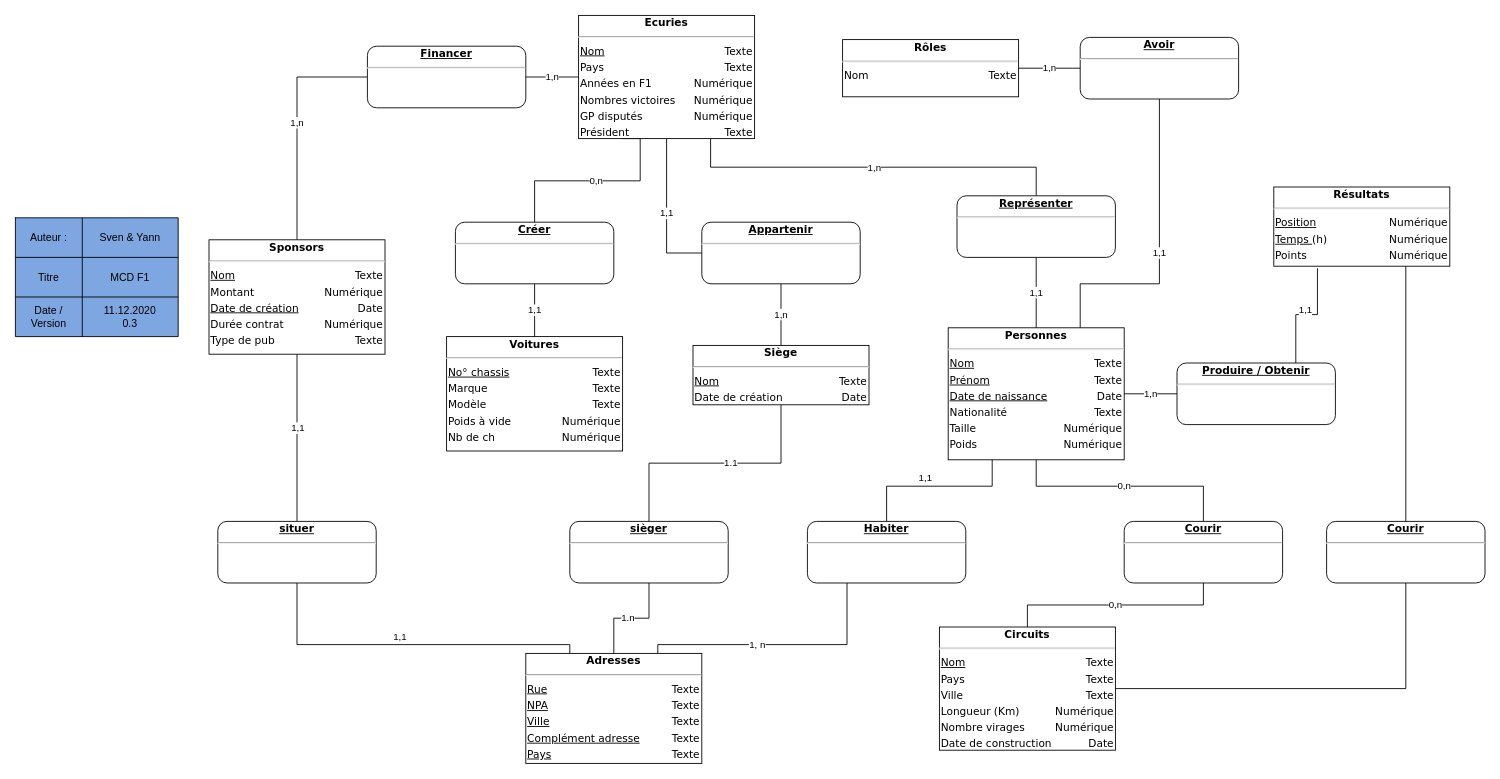
Above: MCD/MCDF1_v0.3.drawio in YFanha/MA-08-Mod-le-F1 (draw.io), before the change. Source tidied: cells renumbered, new cells numbered last; positions are measured from the earlier drawing's top-left corner, leaving out a move shared by most shapes. Both pictures are drawn from the tidied source at 88%, with x=0, y=0 at pixel (15, 15).
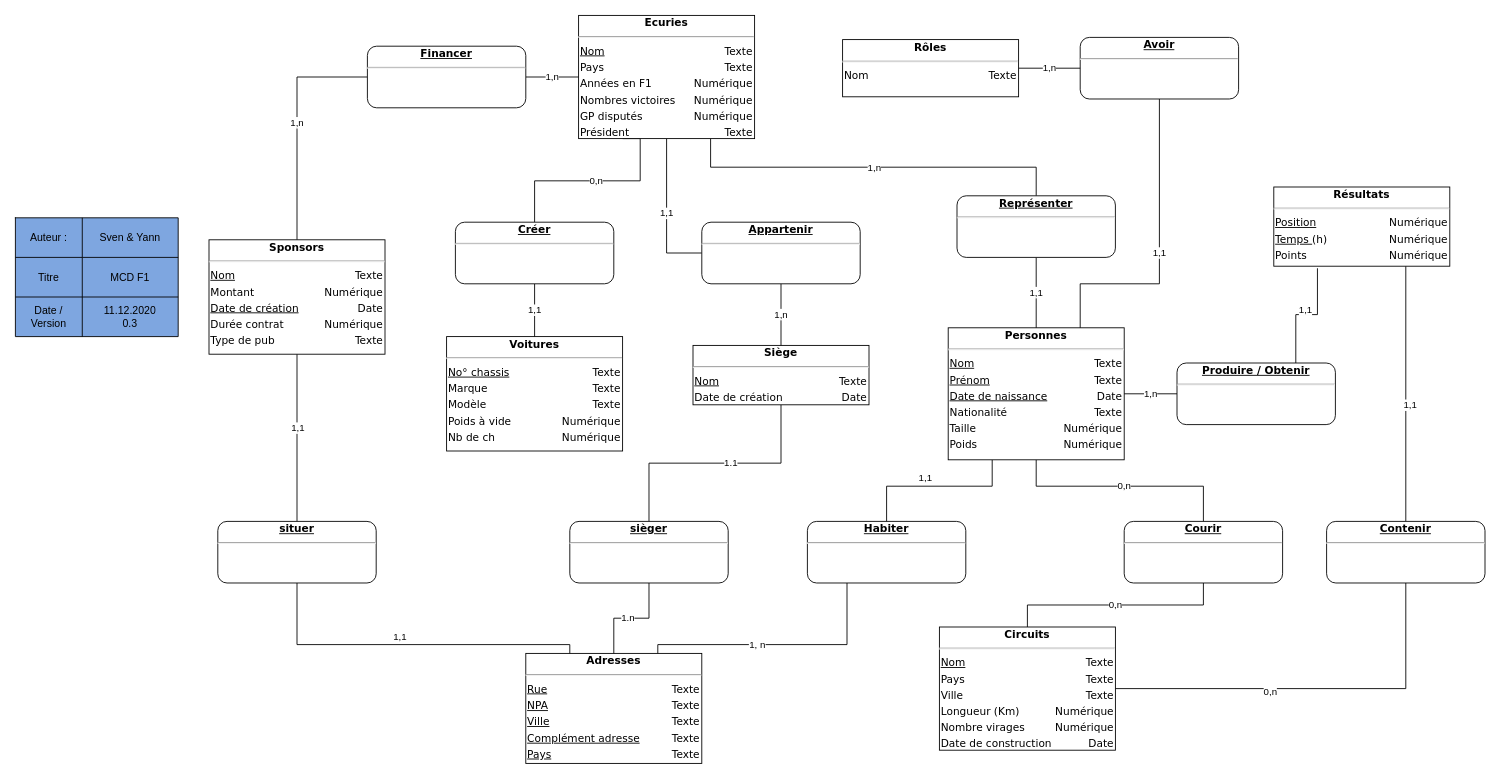
After the change.

Unchanged cells that the change refers to:
```xml
<mxCell id="18" style="edgeStyle=orthogonalEdgeStyle;rounded=0;jettySize=auto;html=1;exitX=0.75;exitY=1;exitDx=0;exitDy=0;entryX=0.5;entryY=0;entryDx=0;entryDy=0;endArrow=none;endFill=0;" parent="1" edge="1" source="19" target="59">
  <mxGeometry relative="1" as="geometry">
    <Array as="points">
      <mxPoint x="1580" y="285" />
    </Array>
  </mxGeometry>
</mxCell>
<mxCell id="58" style="edgeStyle=orthogonalEdgeStyle;rounded=0;jettySize=auto;html=1;exitX=0.5;exitY=1;exitDx=0;exitDy=0;entryX=1;entryY=0.5;entryDx=0;entryDy=0;endArrow=none;endFill=0;" parent="1" edge="1" source="59" target="20">
  <mxGeometry relative="1" as="geometry" />
</mxCell>
```

What changed in the source:
```diff
@@
+    <mxCell id="60" value="1,1" style="edgeLabel;html=1;align=center;verticalAlign=middle;" parent="18" vertex="1">
+      <mxGeometry x="0.08" y="4" relative="1" as="geometry" />
+    </mxCell>
@@
+    <mxCell id="61" value="0,n" style="edgeLabel;html=1;align=center;verticalAlign=middle;" parent="58" vertex="1">
+      <mxGeometry x="0.22" y="3" relative="1" as="geometry" />
+    </mxCell>
-    <mxCell id="59" value="&lt;div style=&quot;box-sizing: border-box ; width: 100% ; padding: 2px&quot;&gt;&lt;span style=&quot;background-color: rgb(255 , 255 , 255)&quot;&gt;&lt;b&gt;&lt;u&gt;Courir&lt;/u&gt;&lt;/b&gt;&lt;/span&gt;&lt;/div&gt;&lt;hr&gt;&lt;table style=&quot;width: 100% ; font-size: 1em&quot; cellpadding=&quot;2&quot; cellspacing=&quot;0&quot;&gt;&lt;tbody&gt;&lt;tr&gt;&lt;td style=&quot;text-align: left&quot;&gt;&lt;/td&gt;&lt;td style=&quot;text-align: right&quot;&gt;&lt;br&gt;&lt;/td&gt;&lt;/tr&gt;&lt;tr&gt;&lt;td style=&quot;text-align: left&quot;&gt;&lt;br&gt;&lt;/td&gt;&lt;td style=&quot;text-align: right&quot;&gt;&lt;br&gt;&lt;/td&gt;&lt;/tr&gt;&lt;/tbody&gt;&lt;/table&gt;" style="verticalAlign=top;align=center;overflow=fill;html=1;rounded=1;shadow=0;comic=0;labelBackgroundColor=none;strokeColor=#000000;strokeWidth=1;fillColor=#ffffff;fontFamily=Verdana;fontSize=12;fontColor=#000000;" parent="1" vertex="1">
+    <mxCell id="59" value="&lt;div style=&quot;box-sizing: border-box ; width: 100% ; padding: 2px&quot;&gt;&lt;b&gt;&lt;u&gt;Contenir&lt;/u&gt;&lt;/b&gt;&lt;/div&gt;&lt;hr&gt;&lt;table style=&quot;width: 100% ; font-size: 1em&quot; cellpadding=&quot;2&quot; cellspacing=&quot;0&quot;&gt;&lt;tbody&gt;&lt;tr&gt;&lt;td style=&quot;text-align: left&quot;&gt;&lt;/td&gt;&lt;td style=&quot;text-align: right&quot;&gt;&lt;br&gt;&lt;/td&gt;&lt;/tr&gt;&lt;tr&gt;&lt;td style=&quot;text-align: left&quot;&gt;&lt;br&gt;&lt;/td&gt;&lt;td style=&quot;text-align: right&quot;&gt;&lt;br&gt;&lt;/td&gt;&lt;/tr&gt;&lt;/tbody&gt;&lt;/table&gt;" style="verticalAlign=top;align=center;overflow=fill;html=1;rounded=1;shadow=0;comic=0;labelBackgroundColor=none;strokeColor=#000000;strokeWidth=1;fillColor=#ffffff;fontFamily=Verdana;fontSize=12;fontColor=#000000;" parent="1" vertex="1">
       <mxGeometry x="1490" y="575" width="180" height="70" as="geometry" />
     </mxCell>
```
